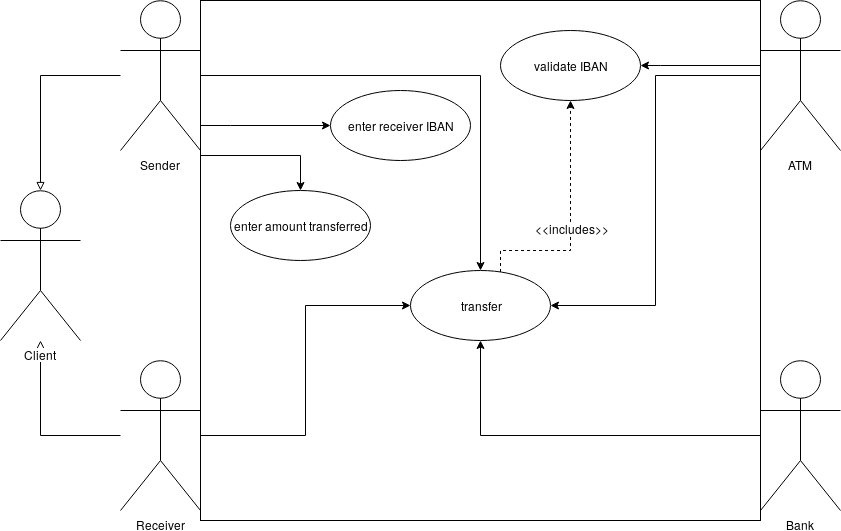
This is img/transfer_usecase.png from reem-codes/cs385, a draw.io export, as it was before one commit. Source tidied: cells renumbered, new cells last; positions are measured from the earlier drawing's top-left corner, leaving out a move shared by most shapes.
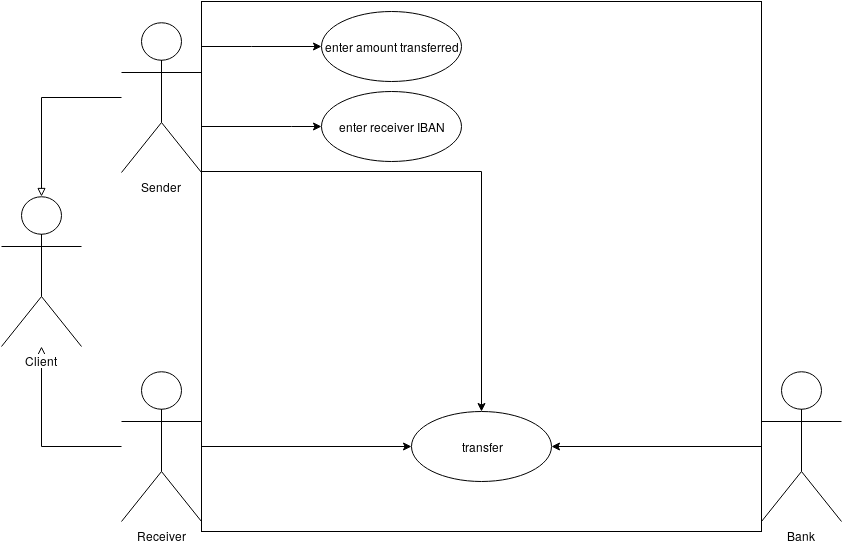
The same file after the commit.

Diff of the diagram source:
```diff
@@ -3,32 +3,37 @@
     <mxCell id="0" />
     <mxCell id="1" parent="0" />
     <mxCell id="2" style="html=1;fillColor=none;" parent="1" vertex="1">
-      <mxGeometry x="200" width="560" height="520" as="geometry" />
+      <mxGeometry x="200" y="-10" width="560" height="530" as="geometry" />
     </mxCell>
     <mxCell id="3" style="edgeStyle=orthogonalEdgeStyle;rounded=0;jettySize=auto;html=1;endArrow=classic;endFill=1;strokeColor=#000000;" parent="1" edge="1" source="7" target="16">
       <mxGeometry relative="1" as="geometry">
         <Array as="points">
-          <mxPoint x="230" y="125" />
-          <mxPoint x="230" y="125" />
+          <mxPoint x="290" y="115" />
+          <mxPoint x="290" y="115" />
         </Array>
       </mxGeometry>
     </mxCell>
     <mxCell id="4" style="edgeStyle=orthogonalEdgeStyle;rounded=0;jettySize=auto;html=1;endArrow=classic;endFill=1;strokeColor=#000000;" parent="1" edge="1" source="7" target="18">
       <mxGeometry relative="1" as="geometry">
         <Array as="points">
-          <mxPoint x="200" y="155" />
-          <mxPoint x="300" y="155" />
+          <mxPoint x="250" y="35" />
+          <mxPoint x="250" y="35" />
         </Array>
       </mxGeometry>
     </mxCell>
     <mxCell id="5" style="edgeStyle=orthogonalEdgeStyle;rounded=0;jettySize=auto;html=1;endArrow=classic;endFill=1;strokeColor=#000000;" parent="1" edge="1" source="7" target="21">
-      <mxGeometry relative="1" as="geometry" />
+      <mxGeometry relative="1" as="geometry">
+        <Array as="points">
+          <mxPoint x="160" y="160" />
+          <mxPoint x="480" y="160" />
+        </Array>
+      </mxGeometry>
     </mxCell>
     <mxCell id="6" style="edgeStyle=orthogonalEdgeStyle;rounded=0;jettySize=auto;html=1;endArrow=block;endFill=0;" parent="1" edge="1" source="7" target="22">
       <mxGeometry relative="1" as="geometry" />
     </mxCell>
     <mxCell id="7" value="&lt;div&gt;Sender&lt;/div&gt;" style="shape=umlActor;verticalLabelPosition=bottom;labelBackgroundColor=#ffffff;verticalAlign=top;html=1;outlineConnect=0;" parent="1" vertex="1">
-      <mxGeometry x="120" width="80" height="150" as="geometry" />
+      <mxGeometry x="120" y="11" width="80" height="150" as="geometry" />
     </mxCell>
     <mxCell id="8" style="edgeStyle=orthogonalEdgeStyle;rounded=0;jettySize=auto;html=1;entryX=0;entryY=0.5;entryDx=0;entryDy=0;endArrow=classic;endFill=1;strokeColor=#000000;" parent="1" edge="1" source="10" target="21">
       <mxGeometry relative="1" as="geometry" />
@@ -39,51 +44,23 @@
     <mxCell id="10" value="&lt;div&gt;Receiver&lt;/div&gt;" style="shape=umlActor;verticalLabelPosition=bottom;labelBackgroundColor=#ffffff;verticalAlign=top;html=1;outlineConnect=0;" parent="1" vertex="1">
       <mxGeometry x="120" y="360" width="80" height="150" as="geometry" />
     </mxCell>
-    <mxCell id="11" style="edgeStyle=orthogonalEdgeStyle;rounded=0;jettySize=auto;html=1;entryX=0.5;entryY=1;entryDx=0;entryDy=0;endArrow=classic;endFill=1;strokeColor=#000000;" parent="1" edge="1" source="12" target="21">
+    <mxCell id="11" style="edgeStyle=orthogonalEdgeStyle;rounded=0;jettySize=auto;html=1;entryX=1;entryY=0.5;entryDx=0;entryDy=0;endArrow=classic;endFill=1;strokeColor=#000000;" parent="1" edge="1" source="12" target="21">
       <mxGeometry relative="1" as="geometry" />
     </mxCell>
     <mxCell id="12" value="&lt;div&gt;Bank&lt;/div&gt;" style="shape=umlActor;verticalLabelPosition=bottom;labelBackgroundColor=#ffffff;verticalAlign=top;html=1;outlineConnect=0;" parent="1" vertex="1">
       <mxGeometry x="760" y="360" width="80" height="150" as="geometry" />
     </mxCell>
-    <mxCell id="13" style="edgeStyle=orthogonalEdgeStyle;rounded=0;jettySize=auto;html=1;endArrow=classic;endFill=1;strokeColor=#000000;" parent="1" edge="1" source="15" target="17">
-      <mxGeometry relative="1" as="geometry">
-        <Array as="points">
-          <mxPoint x="660" y="65" />
-          <mxPoint x="660" y="65" />
-        </Array>
-      </mxGeometry>
-    </mxCell>
-    <mxCell id="14" style="edgeStyle=orthogonalEdgeStyle;rounded=0;jettySize=auto;html=1;entryX=1;entryY=0.5;entryDx=0;entryDy=0;endArrow=classic;endFill=1;strokeColor=#000000;" parent="1" edge="1" source="15" target="21">
-      <mxGeometry relative="1" as="geometry" />
-    </mxCell>
-    <mxCell id="15" value="ATM" style="shape=umlActor;verticalLabelPosition=bottom;labelBackgroundColor=#ffffff;verticalAlign=top;html=1;outlineConnect=0;" parent="1" vertex="1">
-      <mxGeometry x="760" width="80" height="150" as="geometry" />
-    </mxCell>
     <mxCell id="16" value="enter receiver IBAN" style="ellipse;whiteSpace=wrap;html=1;fillColor=none;" parent="1" vertex="1">
-      <mxGeometry x="330" y="90" width="140" height="70" as="geometry" />
+      <mxGeometry x="320" y="80" width="140" height="70" as="geometry" />
     </mxCell>
-    <mxCell id="17" value="validate IBAN" style="ellipse;whiteSpace=wrap;html=1;fillColor=none;" parent="1" vertex="1">
-      <mxGeometry x="500" y="30" width="140" height="70" as="geometry" />
-    </mxCell>
     <mxCell id="18" value="enter amount transferred" style="ellipse;whiteSpace=wrap;html=1;fillColor=none;" parent="1" vertex="1">
-      <mxGeometry x="230" y="190" width="140" height="70" as="geometry" />
+      <mxGeometry x="320" width="140" height="70" as="geometry" />
     </mxCell>
-    <mxCell id="19" style="edgeStyle=orthogonalEdgeStyle;rounded=0;jettySize=auto;html=1;endArrow=classic;endFill=1;strokeColor=#000000;dashed=1;" parent="1" edge="1" source="21" target="17">
-      <mxGeometry relative="1" as="geometry">
-        <Array as="points">
-          <mxPoint x="500" y="250" />
-          <mxPoint x="570" y="250" />
-        </Array>
-      </mxGeometry>
-    </mxCell>
-    <mxCell id="20" value="&amp;lt;&amp;lt;includes&amp;gt;&amp;gt;" style="text;html=1;align=center;verticalAlign=middle;labelBackgroundColor=#ffffff;" parent="19" vertex="1">
-      <mxGeometry x="-0.05" y="-1" relative="1" as="geometry" />
-    </mxCell>
     <mxCell id="21" value="transfer" style="ellipse;whiteSpace=wrap;html=1;fillColor=none;" parent="1" vertex="1">
-      <mxGeometry x="410" y="270" width="140" height="70" as="geometry" />
+      <mxGeometry x="410" y="400" width="140" height="70" as="geometry" />
     </mxCell>
     <mxCell id="22" value="Client" style="shape=umlActor;verticalLabelPosition=bottom;labelBackgroundColor=#ffffff;verticalAlign=top;html=1;outlineConnect=0;" parent="1" vertex="1">
-      <mxGeometry y="190" width="80" height="150" as="geometry" />
+      <mxGeometry y="185" width="80" height="150" as="geometry" />
     </mxCell>
   </root>
 </mxGraphModel>
```
